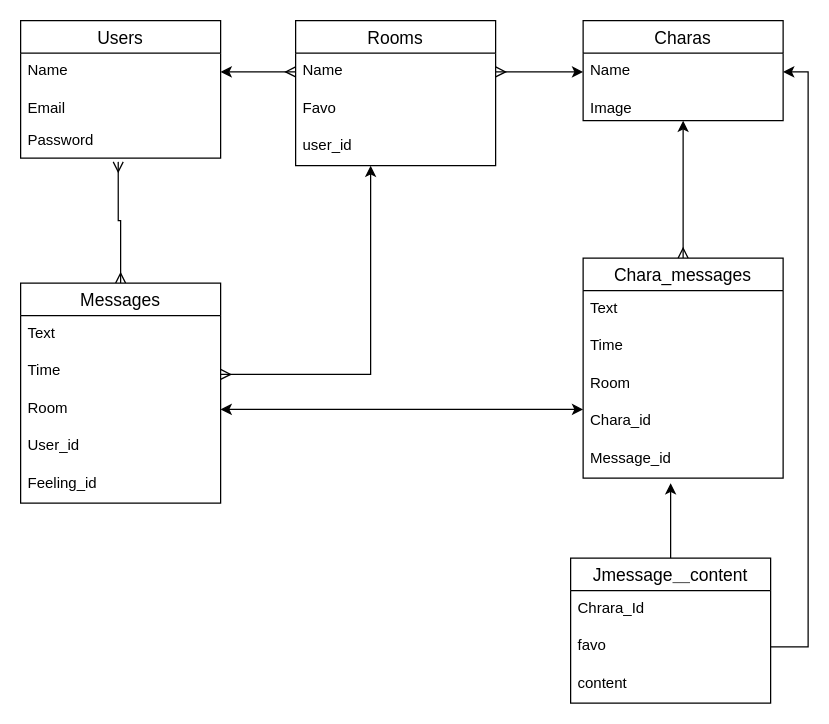
Earlier version of the draw.io diagram er.dio (deratokati88/chat-i). Source tidied: cells renumbered, new cells numbered last; positions are measured from the earlier drawing's top-left corner, leaving out a move shared by most shapes. Both pictures are drawn from the tidied source at 125%, with x=0, y=0 at pixel (20, 20).
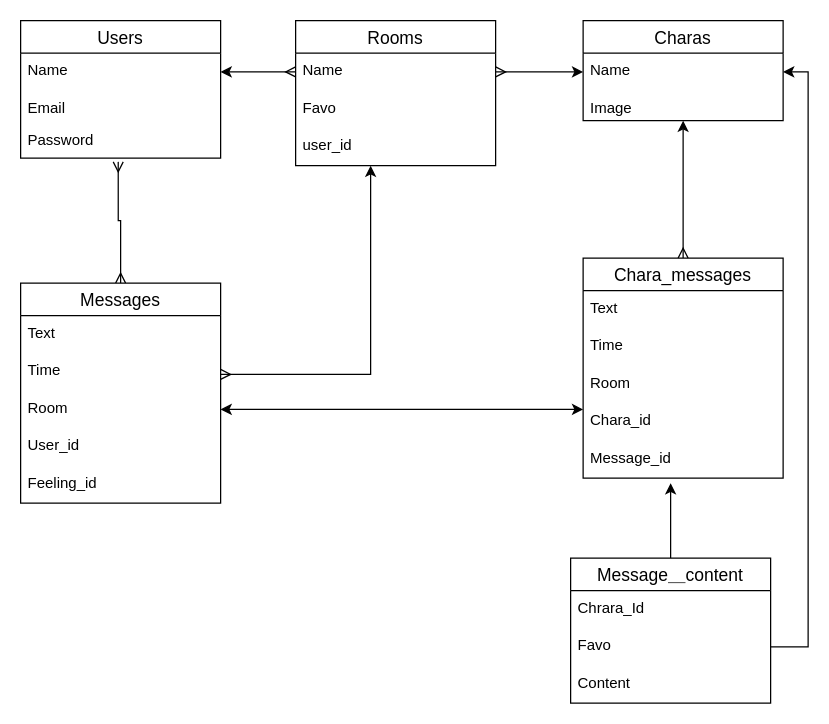
The same page after the edit.

Commit message:
ER図一部修正

Change to the diagram source:
```diff
@@
-    <mxCell id="32" value="Jmessage＿content" style="swimlane;fontStyle=0;horizontal=1;startSize=26;align=center;fontSize=14;" parent="1" vertex="1">
+    <mxCell id="32" value="Message＿content" style="swimlane;fontStyle=0;horizontal=1;startSize=26;align=center;fontSize=14;" parent="1" vertex="1">
       <mxGeometry x="440" y="430" width="160" height="116" as="geometry" />
     </mxCell>
@@
-    <mxCell id="34" value="favo" style="text;strokeColor=none;fillColor=none;spacingLeft=4;spacingRight=4;overflow=hidden;points=[[0,0.5],[1,0.5]];portConstraint=eastwest;fontSize=12;" parent="32" vertex="1">
+    <mxCell id="34" value="Favo" style="text;strokeColor=none;fillColor=none;spacingLeft=4;spacingRight=4;overflow=hidden;points=[[0,0.5],[1,0.5]];portConstraint=eastwest;fontSize=12;" parent="32" vertex="1">
       <mxGeometry y="56" width="160" height="30" as="geometry" />
     </mxCell>
-    <mxCell id="35" value="content" style="text;strokeColor=none;fillColor=none;spacingLeft=4;spacingRight=4;overflow=hidden;fontSize=12;" parent="32" vertex="1">
+    <mxCell id="35" value="Content" style="text;strokeColor=none;fillColor=none;spacingLeft=4;spacingRight=4;overflow=hidden;fontSize=12;" parent="32" vertex="1">
       <mxGeometry y="86" width="160" height="30" as="geometry" />
     </mxCell>
```
